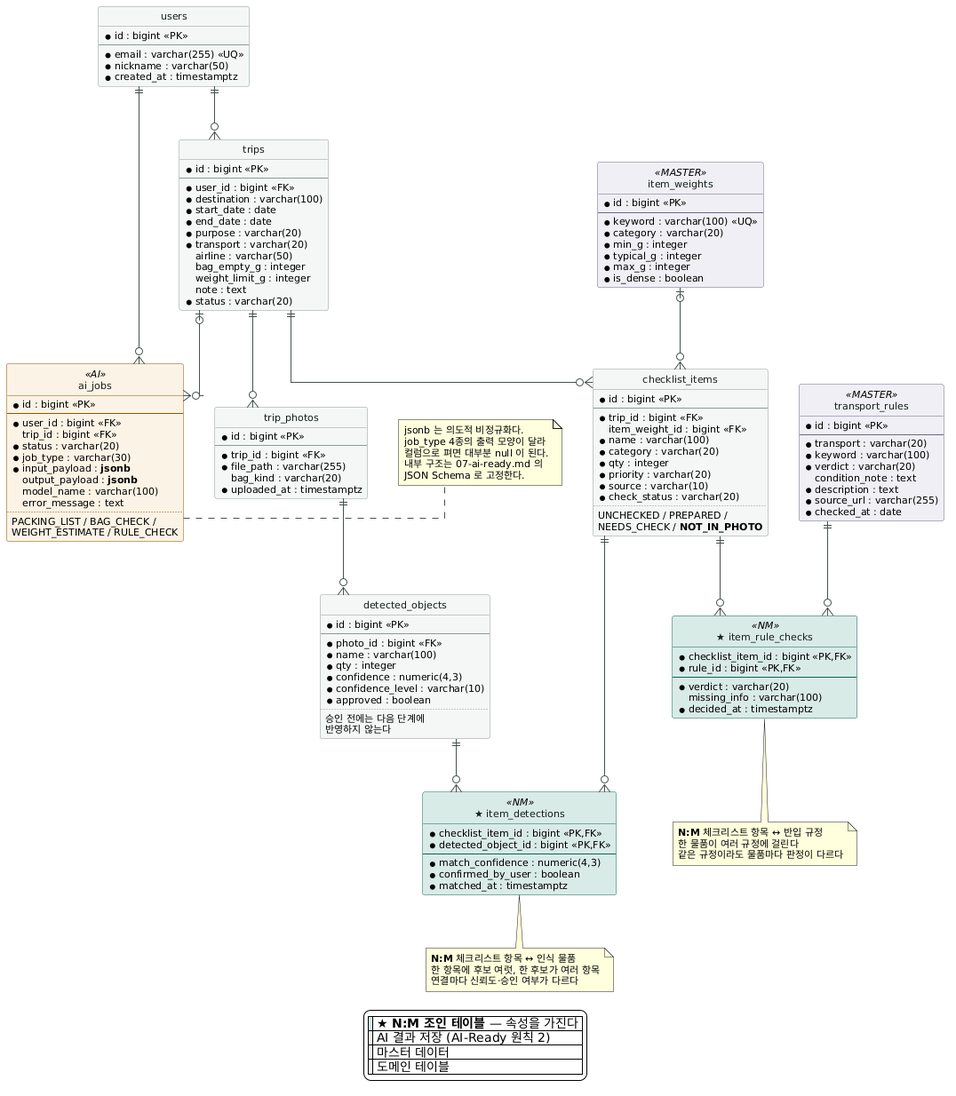
Before: docs/images/05-erd.png, a diagram exported from PlantUML (SangMyeong5426/skala-mini-ai-web-service). The source it was exported from:
```plantuml
@startuml

hide circle
skinparam backgroundColor #FFFFFF
skinparam shadowing false
skinparam defaultFontName "Apple SD Gothic Neo"
skinparam defaultFontSize 11
skinparam linetype ortho
skinparam ArrowColor #46524E

skinparam class {
  BackgroundColor #F5F7F6
  BorderColor #8A9A94
  FontColor #14201C
  BackgroundColor<<NM>> #D9EAE6
  BorderColor<<NM>> #0D6455
  BackgroundColor<<AI>> #FBF3E4
  BorderColor<<AI>> #8D5606
  BackgroundColor<<MASTER>> #EFEFF4
  BorderColor<<MASTER>> #6B6B84
}

entity "users" as users {
  * id : bigint <<PK>>
  --
  * email : varchar(255) <<UQ>>
  * nickname : varchar(50)
  * created_at : timestamptz
}

entity "trips" as trips {
  * id : bigint <<PK>>
  --
  * user_id : bigint <<FK>>
  * destination : varchar(100)
  * start_date : date
  * end_date : date
  * purpose : varchar(20)
  * transport : varchar(20)
  airline : varchar(50)
  bag_empty_g : integer
  weight_limit_g : integer
  note : text
  * status : varchar(20)
}

entity "checklist_items" as items {
  * id : bigint <<PK>>
  --
  * trip_id : bigint <<FK>>
  item_weight_id : bigint <<FK>>
  * name : varchar(100)
  * category : varchar(20)
  * qty : integer
  * priority : varchar(20)
  * source : varchar(10)
  * check_status : varchar(20)
  ..
  UNCHECKED / PREPARED /
  NEEDS_CHECK / **NOT_IN_PHOTO**
}

entity "trip_photos" as photos {
  * id : bigint <<PK>>
  --
  * trip_id : bigint <<FK>>
  * file_path : varchar(255)
  bag_kind : varchar(20)
  * uploaded_at : timestamptz
}

entity "detected_objects" as detected {
  * id : bigint <<PK>>
  --
  * photo_id : bigint <<FK>>
  * name : varchar(100)
  * qty : integer
  * confidence : numeric(4,3)
  * confidence_level : varchar(10)
  * approved : boolean
  ..
  승인 전에는 다음 단계에
  반영하지 않는다
}

entity "★ item_detections" as idt <<NM>> {
  * checklist_item_id : bigint <<PK,FK>>
  * detected_object_id : bigint <<PK,FK>>
  --
  * match_confidence : numeric(4,3)
  * confirmed_by_user : boolean
  * matched_at : timestamptz
}

entity "★ item_rule_checks" as irc <<NM>> {
  * checklist_item_id : bigint <<PK,FK>>
  * rule_id : bigint <<PK,FK>>
  --
  * verdict : varchar(20)
  missing_info : varchar(100)
  * decided_at : timestamptz
}

entity "transport_rules" as rules <<MASTER>> {
  * id : bigint <<PK>>
  --
  * transport : varchar(20)
  * keyword : varchar(100)
  * verdict : varchar(20)
  condition_note : text
  * description : text
  * source_url : varchar(255)
  * checked_at : date
}

entity "item_weights" as weights <<MASTER>> {
  * id : bigint <<PK>>
  --
  * keyword : varchar(100) <<UQ>>
  * category : varchar(20)
  * min_g : integer
  * typical_g : integer
  * max_g : integer
  * is_dense : boolean
}

entity "ai_jobs" as jobs <<AI>> {
  * id : bigint <<PK>>
  --
  * user_id : bigint <<FK>>
  trip_id : bigint <<FK>>
  * status : varchar(20)
  * job_type : varchar(30)
  * input_payload : **jsonb**
  output_payload : **jsonb**
  model_name : varchar(100)
  error_message : text
  ..
  PACKING_LIST / BAG_CHECK /
  WEIGHT_ESTIMATE / RULE_CHECK
}

users    ||--o{ trips
users    ||--o{ jobs
trips    ||--o{ items
trips    ||--o{ photos
trips    |o--o{ jobs
photos   ||--o{ detected
weights  |o--o{ items

items    ||--o{ idt
detected ||--o{ idt
items    ||--o{ irc
rules    ||--o{ irc

note bottom of idt
  **N:M** 체크리스트 항목 ↔ 인식 물품
  한 항목에 후보 여럿, 한 후보가 여러 항목
  연결마다 신뢰도·승인 여부가 다르다
end note

note bottom of irc
  **N:M** 체크리스트 항목 ↔ 반입 규정
  한 물품이 여러 규정에 걸린다
  같은 규정이라도 물품마다 판정이 다르다
end note

note right of jobs
  jsonb 는 의도적 비정규화다.
  job_type 4종의 출력 모양이 달라
  컬럼으로 펴면 대부분 null 이 된다.
  내부 구조는 07-ai-ready.md 의
  JSON Schema 로 고정한다.
end note

legend bottom
  |<#D9EAE6>| ★ **N:M 조인 테이블** — 속성을 가진다 |
  |<#FBF3E4>| AI 결과 저장 (AI-Ready 원칙 2) |
  |<#EFEFF4>| 마스터 데이터 |
  |<#F5F7F6>| 도메인 테이블 |
endlegend
@enduml
```
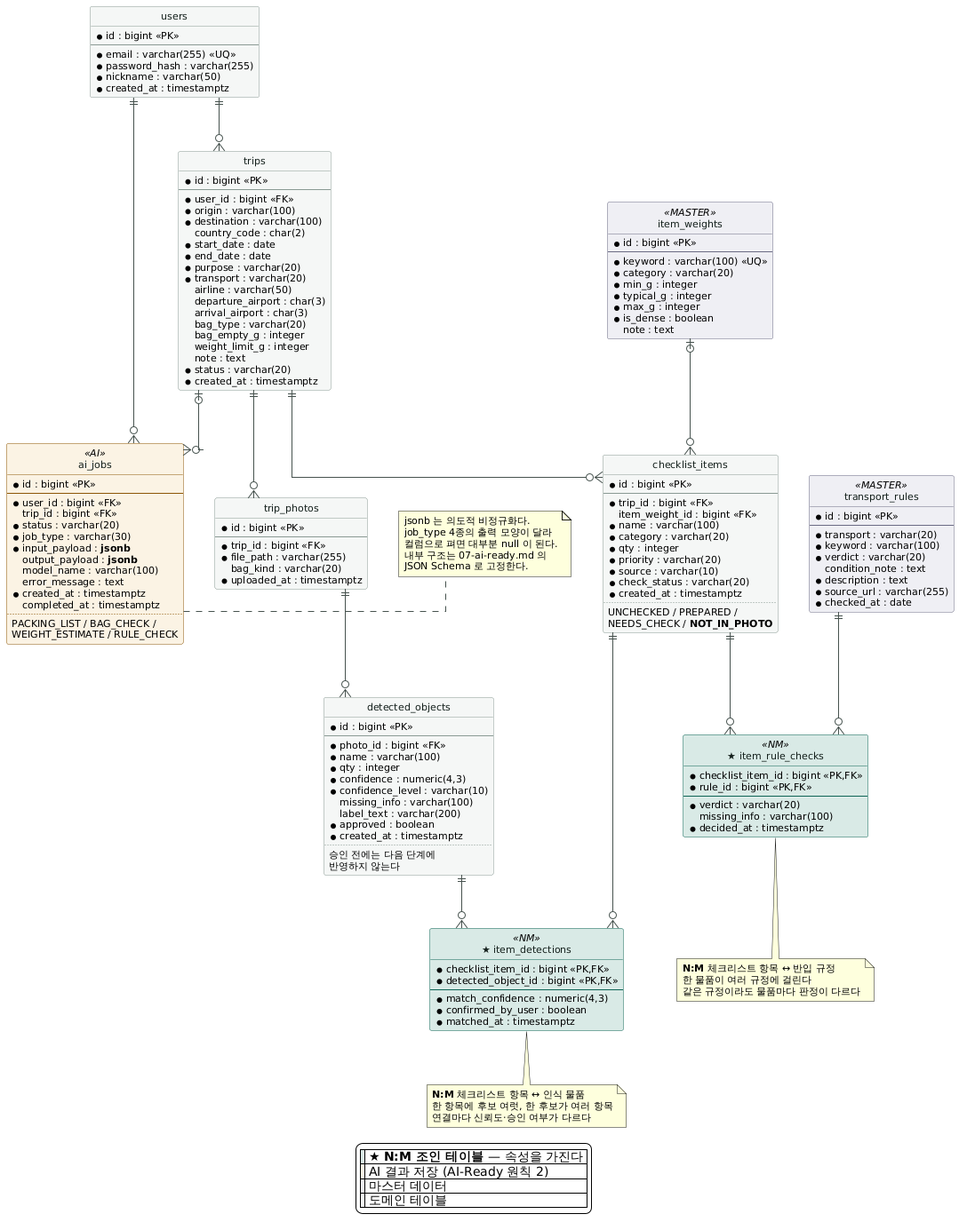
The same diagram one commit later.

Commit message:
docs(db): users 에 password_hash 를 두고 인증 범위 서술을 맞춘다 (#34)

Change to the diagram source:
```diff
@@ -1,4 +1,4 @@
-@startuml
+@startuml 05-erd
 
 hide circle
 skinparam backgroundColor #FFFFFF
@@ -24,6 +24,7 @@
   * id : bigint <<PK>>
   --
   * email : varchar(255) <<UQ>>
+  * password_hash : varchar(255)
   * nickname : varchar(50)
   * created_at : timestamptz
 }
@@ -32,16 +33,22 @@
   * id : bigint <<PK>>
   --
   * user_id : bigint <<FK>>
+  * origin : varchar(100)
   * destination : varchar(100)
+  country_code : char(2)
   * start_date : date
   * end_date : date
   * purpose : varchar(20)
   * transport : varchar(20)
   airline : varchar(50)
+  departure_airport : char(3)
+  arrival_airport : char(3)
+  bag_type : varchar(20)
   bag_empty_g : integer
   weight_limit_g : integer
   note : text
   * status : varchar(20)
+  * created_at : timestamptz
 }
 
 entity "checklist_items" as items {
@@ -55,6 +62,7 @@
   * priority : varchar(20)
   * source : varchar(10)
   * check_status : varchar(20)
+  * created_at : timestamptz
   ..
   UNCHECKED / PREPARED /
   NEEDS_CHECK / **NOT_IN_PHOTO**
@@ -77,7 +85,10 @@
   * qty : integer
   * confidence : numeric(4,3)
   * confidence_level : varchar(10)
+  missing_info : varchar(100)
+  label_text : varchar(200)
   * approved : boolean
+  * created_at : timestamptz
   ..
   승인 전에는 다음 단계에
   반영하지 않는다
@@ -122,6 +133,7 @@
   * typical_g : integer
   * max_g : integer
   * is_dense : boolean
+  note : text
 }
 
 entity "ai_jobs" as jobs <<AI>> {
@@ -135,6 +147,8 @@
   output_payload : **jsonb**
   model_name : varchar(100)
   error_message : text
+  * created_at : timestamptz
+  completed_at : timestamptz
   ..
   PACKING_LIST / BAG_CHECK /
   WEIGHT_ESTIMATE / RULE_CHECK
@@ -179,4 +193,5 @@
   |<#EFEFF4>| 마스터 데이터 |
   |<#F5F7F6>| 도메인 테이블 |
 endlegend
+
 @enduml
```
